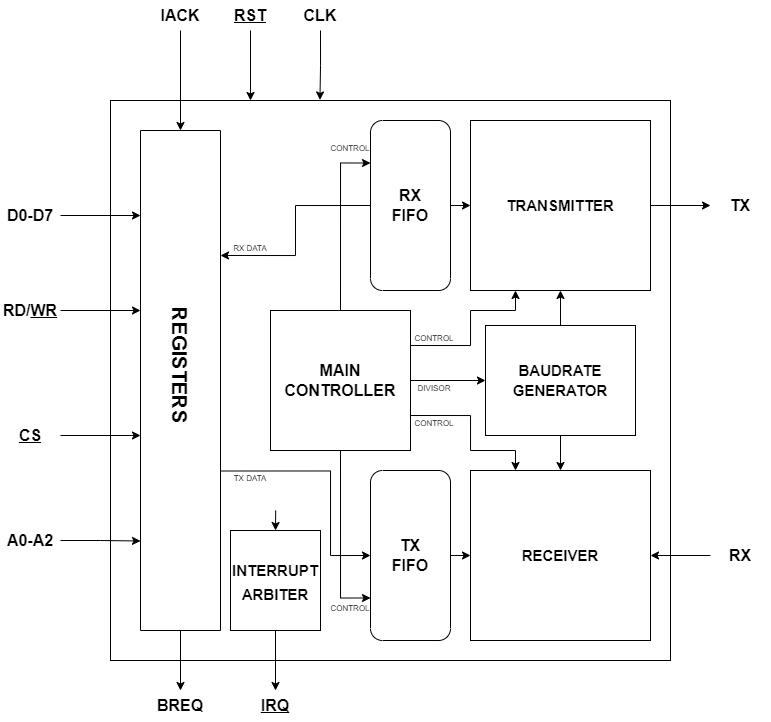
Before: Images/BlockDiagram.png, a diagram exported from draw.io (GabbedT/UART-Controller). Source tidied: cells renumbered, new cells last; positions are measured from the earlier drawing's top-left corner, leaving out a move shared by most shapes.
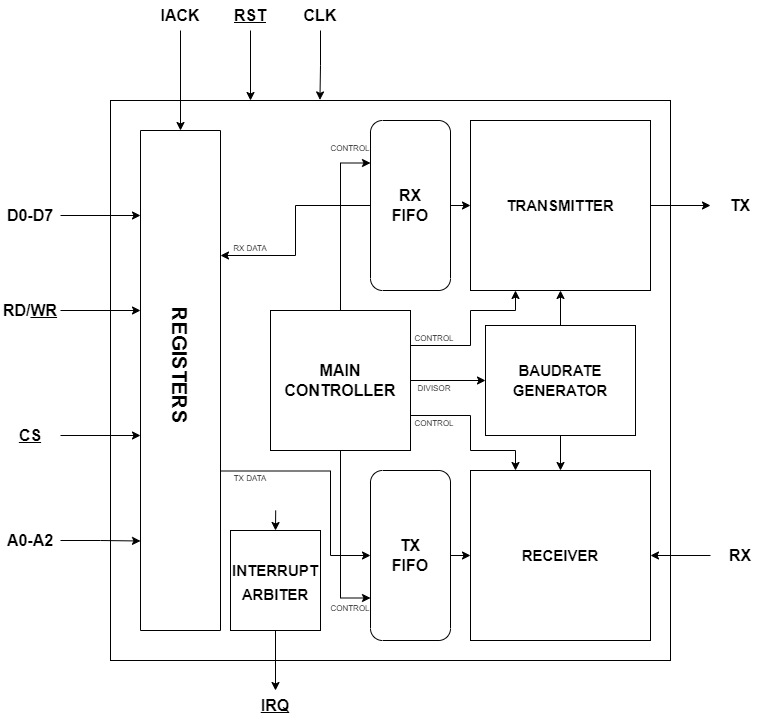
After the commit.

Diff of the diagram source:
```diff
@@ -199,13 +199,5 @@
     <mxCell id="57" value="&lt;b style=&quot;&quot;&gt;IACK&lt;/b&gt;" style="text;html=1;strokeColor=none;fillColor=none;align=center;verticalAlign=middle;whiteSpace=wrap;rounded=0;fontSize=16;" parent="1" vertex="1">
       <mxGeometry x="150" width="60" height="30" as="geometry" />
     </mxCell>
-    <mxCell id="58" style="edgeStyle=orthogonalEdgeStyle;rounded=0;jettySize=auto;html=1;exitX=1;exitY=0.5;exitDx=0;exitDy=0;fontSize=6;" parent="1" edge="1" source="29">
-      <mxGeometry relative="1" as="geometry">
-        <mxPoint x="180" y="690" as="targetPoint" />
-      </mxGeometry>
-    </mxCell>
-    <mxCell id="59" value="&lt;font style=&quot;font-size: 16px;&quot;&gt;&lt;b style=&quot;&quot;&gt;BREQ&lt;/b&gt;&lt;/font&gt;" style="text;html=1;strokeColor=none;fillColor=none;align=center;verticalAlign=middle;whiteSpace=wrap;rounded=0;fontSize=6;" parent="1" vertex="1">
-      <mxGeometry x="150" y="690" width="60" height="30" as="geometry" />
-    </mxCell>
   </root>
 </mxGraphModel>
```
